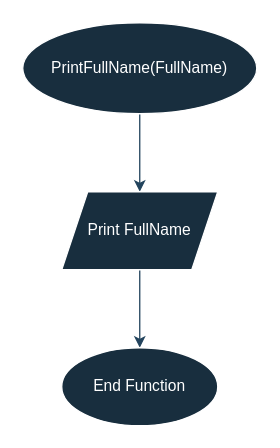
Ahmad-shehada/Problem-Solving keeps this draw.io diagram as 01_Level/01_PrintFullName/Source/FlowChart.drawio. Above is the earlier version. Source tidied: cells renumbered, new cells numbered last; positions are measured from the earlier drawing's top-left corner, leaving out a move shared by most shapes. Both pictures are drawn from the tidied source at 130%, with x=0, y=0 at pixel (22, 22).
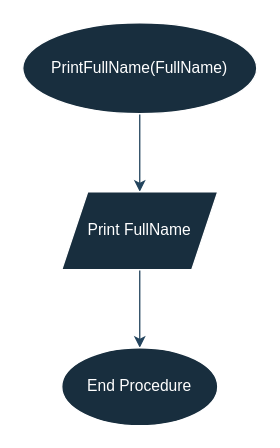
Above is the later version.

Change to the diagram source:
```diff
@@
 <mxGraphModel>
   <root>
     <mxCell id="0" />
     <mxCell id="1" parent="0" />
     <mxCell id="2" style="edgeStyle=orthogonalEdgeStyle;rounded=0;jettySize=auto;html=1;labelBackgroundColor=none;strokeColor=#23445D;fontColor=default;" parent="1" edge="1" source="3" target="5">
       <mxGeometry relative="1" as="geometry" />
     </mxCell>
     <mxCell id="3" value="PrintFullName(FullName)" style="ellipse;whiteSpace=wrap;html=1;labelBackgroundColor=none;fillColor=#182E3E;strokeColor=#FFFFFF;fontColor=#FFFFFF;" parent="1" vertex="1">
       <mxGeometry width="180" height="70" as="geometry" />
     </mxCell>
     <mxCell id="4" style="edgeStyle=orthogonalEdgeStyle;rounded=0;jettySize=auto;html=1;labelBackgroundColor=none;strokeColor=#23445D;fontColor=default;" parent="1" edge="1" source="5" target="6">
       <mxGeometry relative="1" as="geometry" />
     </mxCell>
     <mxCell id="5" value="Print FullName" style="shape=parallelogram;perimeter=parallelogramPerimeter;whiteSpace=wrap;html=1;fixedSize=1;labelBackgroundColor=none;fillColor=#182E3E;strokeColor=#FFFFFF;fontColor=#FFFFFF;" parent="1" vertex="1">
       <mxGeometry x="30" y="130" width="120" height="60" as="geometry" />
     </mxCell>
-    <mxCell id="6" value="End Function" style="ellipse;whiteSpace=wrap;html=1;labelBackgroundColor=none;fillColor=#182E3E;strokeColor=#FFFFFF;fontColor=#FFFFFF;" parent="1" vertex="1">
+    <mxCell id="6" value="End Procedure" style="ellipse;whiteSpace=wrap;html=1;labelBackgroundColor=none;fillColor=#182E3E;strokeColor=#FFFFFF;fontColor=#FFFFFF;" parent="1" vertex="1">
       <mxGeometry x="30" y="250" width="120" height="60" as="geometry" />
     </mxCell>
   </root>
 </mxGraphModel>
```
